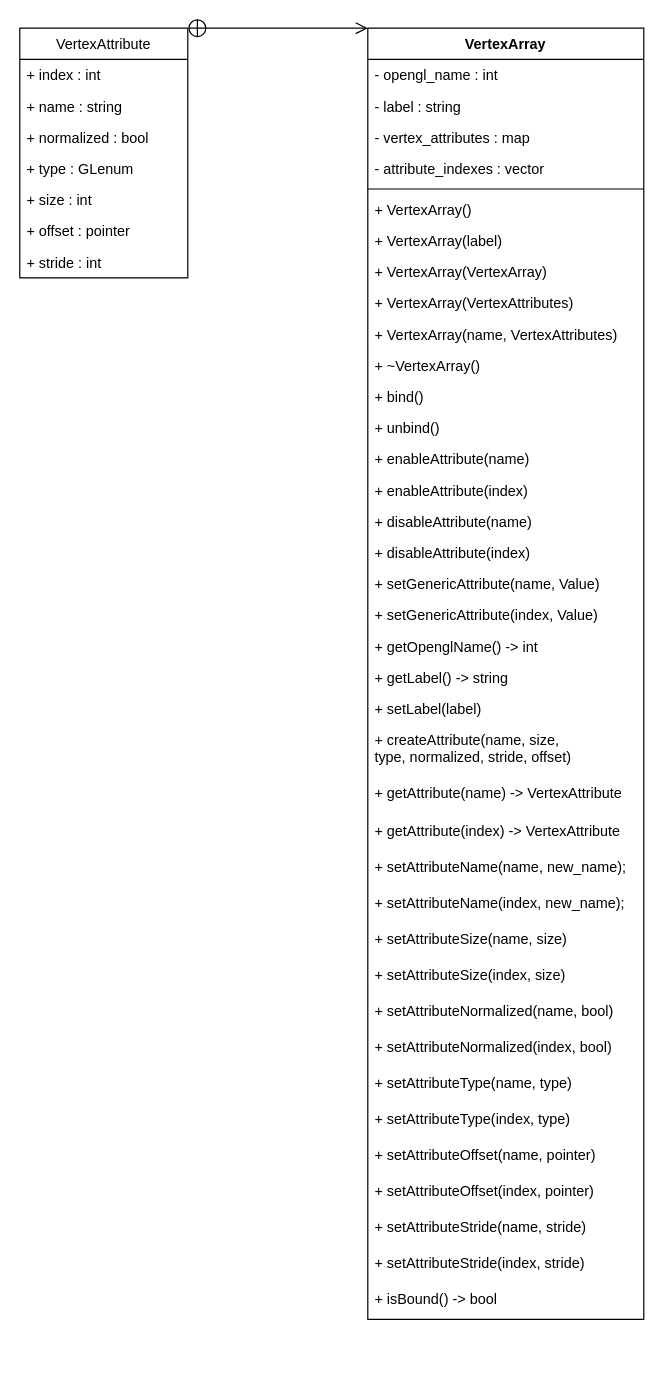
This is docs/VertexArray.drawio from LowFire/blazer3d, a draw.io file, before an edit. Source tidied: cells renumbered, new cells numbered last; positions are measured from the earlier drawing's top-left corner, leaving out a move shared by most shapes. Both pictures are drawn from the tidied source at 120%, with x=0, y=0 at pixel (19, 28).
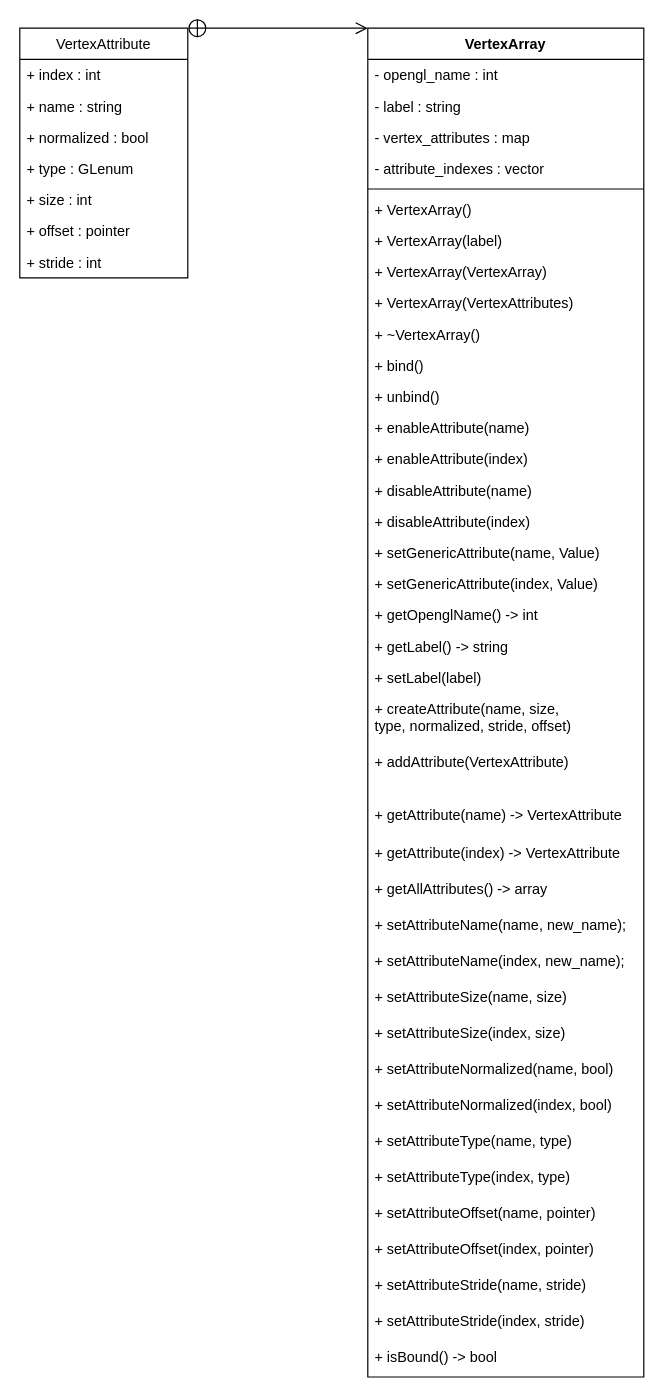
After the change.

Commit message (it also covers changes not shown here):
Stubbed all functions for VertexArray.

Diff of the diagram source:
```diff
@@
     <mxCell id="2" value="VertexArray" style="swimlane;fontStyle=1;align=center;verticalAlign=top;horizontal=1;startSize=26;" parent="1" vertex="1">
-      <mxGeometry x="290" width="230" height="1076" as="geometry" />
+      <mxGeometry x="290" width="230" height="1124" as="geometry" />
     </mxCell>
@@
-    <mxCell id="12" value="+ VertexArray(name, VertexAttributes)" style="text;strokeColor=none;fillColor=none;align=left;verticalAlign=top;spacingLeft=4;spacingRight=4;overflow=hidden;" parent="2" vertex="1">
-      <mxGeometry y="242" width="230" height="26" as="geometry" />
-    </mxCell>
     <mxCell id="13" value="+ ~VertexArray()" style="text;strokeColor=none;fillColor=none;align=left;verticalAlign=top;spacingLeft=4;spacingRight=4;overflow=hidden;" parent="2" vertex="1">
-      <mxGeometry y="268" width="230" height="26" as="geometry" />
+      <mxGeometry y="242" width="230" height="26" as="geometry" />
     </mxCell>
     <mxCell id="14" value="+ bind()" style="text;strokeColor=none;fillColor=none;align=left;verticalAlign=top;spacingLeft=4;spacingRight=4;overflow=hidden;" parent="2" vertex="1">
-      <mxGeometry y="294" width="230" height="26" as="geometry" />
+      <mxGeometry y="268" width="230" height="26" as="geometry" />
     </mxCell>
     <mxCell id="15" value="+ unbind()" style="text;strokeColor=none;fillColor=none;align=left;verticalAlign=top;spacingLeft=4;spacingRight=4;overflow=hidden;" parent="2" vertex="1">
-      <mxGeometry y="320" width="230" height="26" as="geometry" />
+      <mxGeometry y="294" width="230" height="26" as="geometry" />
     </mxCell>
     <mxCell id="16" value="+ enableAttribute(name)" style="text;strokeColor=none;fillColor=none;align=left;verticalAlign=top;spacingLeft=4;spacingRight=4;overflow=hidden;" parent="2" vertex="1">
-      <mxGeometry y="346" width="230" height="26" as="geometry" />
+      <mxGeometry y="320" width="230" height="26" as="geometry" />
     </mxCell>
     <mxCell id="17" value="+ enableAttribute(index)" style="text;strokeColor=none;fillColor=none;align=left;verticalAlign=top;spacingLeft=4;spacingRight=4;overflow=hidden;" parent="2" vertex="1">
-      <mxGeometry y="372" width="230" height="26" as="geometry" />
+      <mxGeometry y="346" width="230" height="26" as="geometry" />
     </mxCell>
     <mxCell id="18" value="+ disableAttribute(name)" style="text;strokeColor=none;fillColor=none;align=left;verticalAlign=top;spacingLeft=4;spacingRight=4;overflow=hidden;" parent="2" vertex="1">
-      <mxGeometry y="398" width="230" height="26" as="geometry" />
+      <mxGeometry y="372" width="230" height="26" as="geometry" />
     </mxCell>
     <mxCell id="19" value="+ disableAttribute(index)" style="text;strokeColor=none;fillColor=none;align=left;verticalAlign=top;spacingLeft=4;spacingRight=4;overflow=hidden;" parent="2" vertex="1">
-      <mxGeometry y="424" width="230" height="26" as="geometry" />
+      <mxGeometry y="398" width="230" height="26" as="geometry" />
     </mxCell>
     <mxCell id="20" value="+ setGenericAttribute(name, Value)" style="text;strokeColor=none;fillColor=none;align=left;verticalAlign=top;spacingLeft=4;spacingRight=4;overflow=hidden;" parent="2" vertex="1">
-      <mxGeometry y="450" width="230" height="26" as="geometry" />
+      <mxGeometry y="424" width="230" height="26" as="geometry" />
     </mxCell>
     <mxCell id="21" value="+ setGenericAttribute(index, Value)" style="text;strokeColor=none;fillColor=none;align=left;verticalAlign=top;spacingLeft=4;spacingRight=4;overflow=hidden;" parent="2" vertex="1">
-      <mxGeometry y="476" width="230" height="26" as="geometry" />
+      <mxGeometry y="450" width="230" height="26" as="geometry" />
     </mxCell>
     <mxCell id="22" value="+ getOpenglName() -&gt; int" style="text;strokeColor=none;fillColor=none;align=left;verticalAlign=top;spacingLeft=4;spacingRight=4;overflow=hidden;" parent="2" vertex="1">
-      <mxGeometry y="502" width="230" height="26" as="geometry" />
+      <mxGeometry y="476" width="230" height="26" as="geometry" />
     </mxCell>
     <mxCell id="23" value="+ getLabel() -&gt; string" style="text;strokeColor=none;fillColor=none;align=left;verticalAlign=top;spacingLeft=4;spacingRight=4;overflow=hidden;" parent="2" vertex="1">
-      <mxGeometry y="528" width="230" height="26" as="geometry" />
+      <mxGeometry y="502" width="230" height="26" as="geometry" />
     </mxCell>
     <mxCell id="24" value="+ setLabel(label)" style="text;strokeColor=none;fillColor=none;align=left;verticalAlign=top;spacingLeft=4;spacingRight=4;overflow=hidden;" parent="2" vertex="1">
-      <mxGeometry y="554" width="230" height="26" as="geometry" />
+      <mxGeometry y="528" width="230" height="26" as="geometry" />
     </mxCell>
     <mxCell id="25" value="+ createAttribute(name, size,&#10;type, normalized, stride, offset)" style="text;strokeColor=none;fillColor=none;align=left;verticalAlign=top;spacingLeft=4;spacingRight=4;overflow=hidden;" parent="2" vertex="1">
-      <mxGeometry y="580" width="230" height="44" as="geometry" />
+      <mxGeometry y="554" width="230" height="44" as="geometry" />
     </mxCell>
+    <mxCell id="50" value="+ addAttribute(VertexAttribute)" style="text;strokeColor=none;fillColor=none;align=left;verticalAlign=top;spacingLeft=4;spacingRight=4;overflow=hidden;" parent="2" vertex="1">
+      <mxGeometry y="598" width="230" height="44" as="geometry" />
+    </mxCell>
     <mxCell id="26" value="+ getAttribute(name) -&gt; VertexAttribute" style="text;strokeColor=none;fillColor=none;align=left;verticalAlign=top;spacingLeft=4;spacingRight=4;overflow=hidden;" parent="2" vertex="1">
-      <mxGeometry y="624" width="230" height="32" as="geometry" />
+      <mxGeometry y="642" width="230" height="32" as="geometry" />
     </mxCell>
     <mxCell id="27" value="+ getAttribute(index) -&gt; VertexAttribute" style="text;strokeColor=none;fillColor=none;align=left;verticalAlign=top;spacingLeft=4;spacingRight=4;overflow=hidden;" parent="2" vertex="1">
-      <mxGeometry y="656" width="230" height="30" as="geometry" />
+      <mxGeometry y="674" width="230" height="30" as="geometry" />
     </mxCell>
+    <mxCell id="51" value="+ getAllAttributes() -&gt; array" style="text;strokeColor=none;fillColor=none;align=left;verticalAlign=top;spacingLeft=4;spacingRight=4;overflow=hidden;" parent="2" vertex="1">
+      <mxGeometry y="704" width="230" height="30" as="geometry" />
+    </mxCell>
     <mxCell id="28" value="+ setAttributeName(name, new_name);" style="text;strokeColor=none;fillColor=none;align=left;verticalAlign=top;spacingLeft=4;spacingRight=4;overflow=hidden;" parent="2" vertex="1">
-      <mxGeometry y="686" width="230" height="30" as="geometry" />
+      <mxGeometry y="734" width="230" height="30" as="geometry" />
     </mxCell>
     <mxCell id="29" value="+ setAttributeName(index, new_name);" style="text;strokeColor=none;fillColor=none;align=left;verticalAlign=top;spacingLeft=4;spacingRight=4;overflow=hidden;" parent="2" vertex="1">
-      <mxGeometry y="716" width="230" height="30" as="geometry" />
+      <mxGeometry y="764" width="230" height="30" as="geometry" />
     </mxCell>
     <mxCell id="30" value="+ setAttributeSize(name, size)" style="text;strokeColor=none;fillColor=none;align=left;verticalAlign=top;spacingLeft=4;spacingRight=4;overflow=hidden;" parent="2" vertex="1">
-      <mxGeometry y="746" width="230" height="30" as="geometry" />
+      <mxGeometry y="794" width="230" height="30" as="geometry" />
     </mxCell>
     <mxCell id="31" value="+ setAttributeSize(index, size)" style="text;strokeColor=none;fillColor=none;align=left;verticalAlign=top;spacingLeft=4;spacingRight=4;overflow=hidden;" parent="2" vertex="1">
-      <mxGeometry y="776" width="230" height="30" as="geometry" />
+      <mxGeometry y="824" width="230" height="30" as="geometry" />
     </mxCell>
     <mxCell id="32" value="+ setAttributeNormalized(name, bool)" style="text;strokeColor=none;fillColor=none;align=left;verticalAlign=top;spacingLeft=4;spacingRight=4;overflow=hidden;" parent="2" vertex="1">
-      <mxGeometry y="806" width="230" height="30" as="geometry" />
+      <mxGeometry y="854" width="230" height="30" as="geometry" />
     </mxCell>
     <mxCell id="33" value="+ setAttributeNormalized(index, bool)" style="text;strokeColor=none;fillColor=none;align=left;verticalAlign=top;spacingLeft=4;spacingRight=4;overflow=hidden;" parent="2" vertex="1">
-      <mxGeometry y="836" width="230" height="30" as="geometry" />
+      <mxGeometry y="884" width="230" height="30" as="geometry" />
     </mxCell>
     <mxCell id="34" value="+ setAttributeType(name, type)" style="text;strokeColor=none;fillColor=none;align=left;verticalAlign=top;spacingLeft=4;spacingRight=4;overflow=hidden;" parent="2" vertex="1">
-      <mxGeometry y="866" width="230" height="30" as="geometry" />
+      <mxGeometry y="914" width="230" height="30" as="geometry" />
     </mxCell>
     <mxCell id="35" value="+ setAttributeType(index, type)" style="text;strokeColor=none;fillColor=none;align=left;verticalAlign=top;spacingLeft=4;spacingRight=4;overflow=hidden;" parent="2" vertex="1">
-      <mxGeometry y="896" width="230" height="30" as="geometry" />
+      <mxGeometry y="944" width="230" height="30" as="geometry" />
     </mxCell>
     <mxCell id="36" value="+ setAttributeOffset(name, pointer)" style="text;strokeColor=none;fillColor=none;align=left;verticalAlign=top;spacingLeft=4;spacingRight=4;overflow=hidden;" parent="2" vertex="1">
-      <mxGeometry y="926" width="230" height="30" as="geometry" />
+      <mxGeometry y="974" width="230" height="30" as="geometry" />
     </mxCell>
     <mxCell id="37" value="+ setAttributeOffset(index, pointer)" style="text;strokeColor=none;fillColor=none;align=left;verticalAlign=top;spacingLeft=4;spacingRight=4;overflow=hidden;" parent="2" vertex="1">
-      <mxGeometry y="956" width="230" height="30" as="geometry" />
+      <mxGeometry y="1004" width="230" height="30" as="geometry" />
     </mxCell>
     <mxCell id="38" value="+ setAttributeStride(name, stride)" style="text;strokeColor=none;fillColor=none;align=left;verticalAlign=top;spacingLeft=4;spacingRight=4;overflow=hidden;" parent="2" vertex="1">
-      <mxGeometry y="986" width="230" height="30" as="geometry" />
+      <mxGeometry y="1034" width="230" height="30" as="geometry" />
     </mxCell>
     <mxCell id="39" value="+ setAttributeStride(index, stride)" style="text;strokeColor=none;fillColor=none;align=left;verticalAlign=top;spacingLeft=4;spacingRight=4;overflow=hidden;" parent="2" vertex="1">
-      <mxGeometry y="1016" width="230" height="30" as="geometry" />
+      <mxGeometry y="1064" width="230" height="30" as="geometry" />
     </mxCell>
     <mxCell id="40" value="+ isBound() -&gt; bool" style="text;strokeColor=none;fillColor=none;align=left;verticalAlign=top;spacingLeft=4;spacingRight=4;overflow=hidden;" parent="2" vertex="1">
-      <mxGeometry y="1046" width="230" height="30" as="geometry" />
+      <mxGeometry y="1094" width="230" height="30" as="geometry" />
     </mxCell>
```
